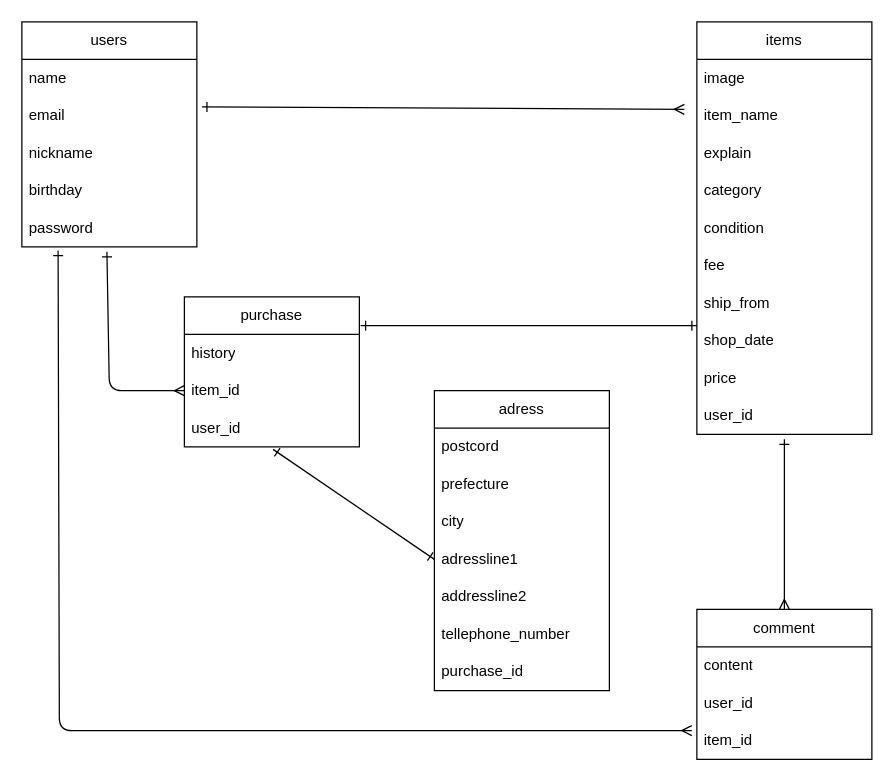
Earlier version of the draw.io diagram ER.dio (tamutamu3/furima-40914). Source tidied: cells renumbered, new cells numbered last; positions are measured from the earlier drawing's top-left corner, leaving out a move shared by most shapes. Both pictures are drawn from the tidied source at 125%, with x=0, y=0 at pixel (21, 21).
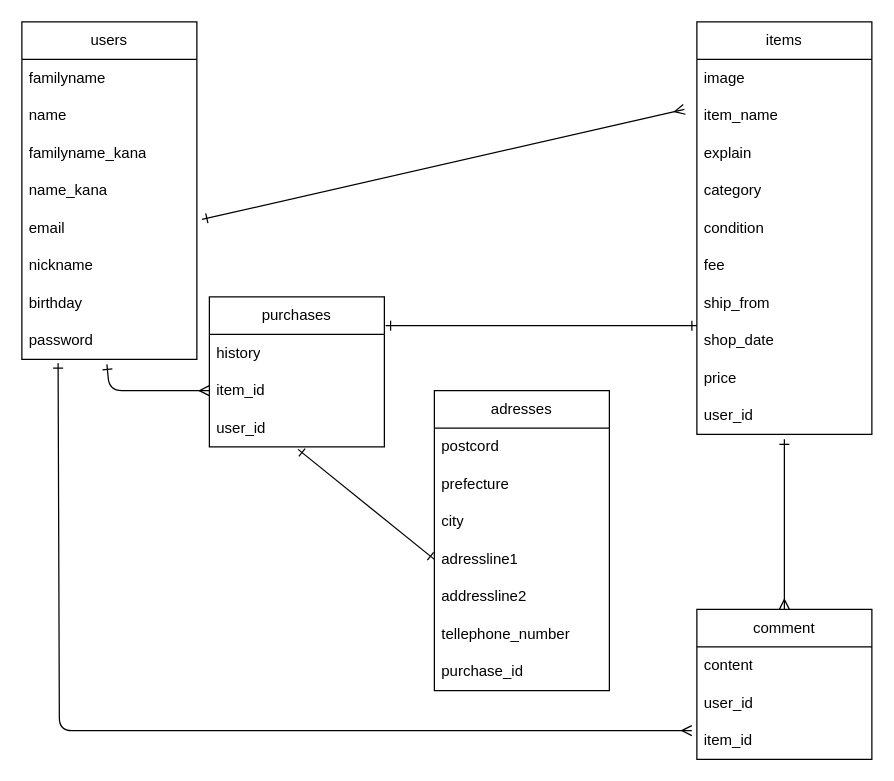
The same diagram, later.

What changed in the source:
```diff
@@
     <mxCell id="2" value="users" style="swimlane;fontStyle=0;horizontal=1;startSize=30;whiteSpace=wrap;html=1;" parent="1" vertex="1">
-      <mxGeometry width="140" height="180" as="geometry" />
+      <mxGeometry width="140" height="270" as="geometry" />
     </mxCell>
+    <mxCell id="41" value="familyname" style="text;strokeColor=none;fillColor=none;align=left;verticalAlign=middle;spacingLeft=4;spacingRight=4;overflow=hidden;whiteSpace=wrap;html=1;" parent="2" vertex="1">
+      <mxGeometry y="30" width="140" height="30" as="geometry" />
+    </mxCell>
     <mxCell id="3" value="name" style="text;strokeColor=none;fillColor=none;align=left;verticalAlign=middle;spacingLeft=4;spacingRight=4;overflow=hidden;whiteSpace=wrap;html=1;" parent="2" vertex="1">
-      <mxGeometry y="30" width="140" height="30" as="geometry" />
+      <mxGeometry y="60" width="140" height="30" as="geometry" />
     </mxCell>
+    <mxCell id="42" value="familyname_kana" style="text;strokeColor=none;fillColor=none;align=left;verticalAlign=middle;spacingLeft=4;spacingRight=4;overflow=hidden;whiteSpace=wrap;html=1;" parent="2" vertex="1">
+      <mxGeometry y="90" width="140" height="30" as="geometry" />
+    </mxCell>
+    <mxCell id="43" value="name_kana" style="text;strokeColor=none;fillColor=none;align=left;verticalAlign=middle;spacingLeft=4;spacingRight=4;overflow=hidden;whiteSpace=wrap;html=1;" parent="2" vertex="1">
+      <mxGeometry y="120" width="140" height="30" as="geometry" />
+    </mxCell>
     <mxCell id="4" value="email" style="text;strokeColor=none;fillColor=none;align=left;verticalAlign=middle;spacingLeft=4;spacingRight=4;overflow=hidden;points=[[0,0.5],[1,0.5]];portConstraint=eastwest;whiteSpace=wrap;html=1;" parent="2" vertex="1">
-      <mxGeometry y="60" width="140" height="30" as="geometry" />
+      <mxGeometry y="150" width="140" height="30" as="geometry" />
     </mxCell>
     <mxCell id="5" value="nickname" style="text;strokeColor=none;fillColor=none;align=left;verticalAlign=middle;spacingLeft=4;spacingRight=4;overflow=hidden;whiteSpace=wrap;html=1;" parent="2" vertex="1">
-      <mxGeometry y="90" width="140" height="30" as="geometry" />
+      <mxGeometry y="180" width="140" height="30" as="geometry" />
     </mxCell>
     <mxCell id="6" value="birthday" style="text;strokeColor=none;fillColor=none;align=left;verticalAlign=middle;spacingLeft=4;spacingRight=4;overflow=hidden;whiteSpace=wrap;html=1;" parent="2" vertex="1">
-      <mxGeometry y="120" width="140" height="30" as="geometry" />
+      <mxGeometry y="210" width="140" height="30" as="geometry" />
     </mxCell>
     <mxCell id="7" value="password" style="text;strokeColor=none;fillColor=none;align=left;verticalAlign=middle;spacingLeft=4;spacingRight=4;overflow=hidden;points=[[0,0.5],[1,0.5]];portConstraint=eastwest;whiteSpace=wrap;html=1;" parent="2" vertex="1">
-      <mxGeometry y="150" width="140" height="30" as="geometry" />
+      <mxGeometry y="240" width="140" height="30" as="geometry" />
     </mxCell>
@@
-    <mxCell id="23" value="purchase" style="swimlane;fontStyle=0;horizontal=1;startSize=30;whiteSpace=wrap;html=1;" parent="1" vertex="1">
-      <mxGeometry x="130" y="220" width="140" height="120" as="geometry" />
+    <mxCell id="23" value="purchases" style="swimlane;fontStyle=0;horizontal=1;startSize=30;whiteSpace=wrap;html=1;" parent="1" vertex="1">
+      <mxGeometry x="150" y="220" width="140" height="120" as="geometry" />
     </mxCell>
@@
-    <mxCell id="27" value="adress" style="swimlane;fontStyle=0;horizontal=1;startSize=30;whiteSpace=wrap;html=1;" parent="1" vertex="1">
+    <mxCell id="27" value="adresses" style="swimlane;fontStyle=0;horizontal=1;startSize=30;whiteSpace=wrap;html=1;" parent="1" vertex="1">
       <mxGeometry x="330" y="295" width="140" height="240" as="geometry" />
     </mxCell>
```
